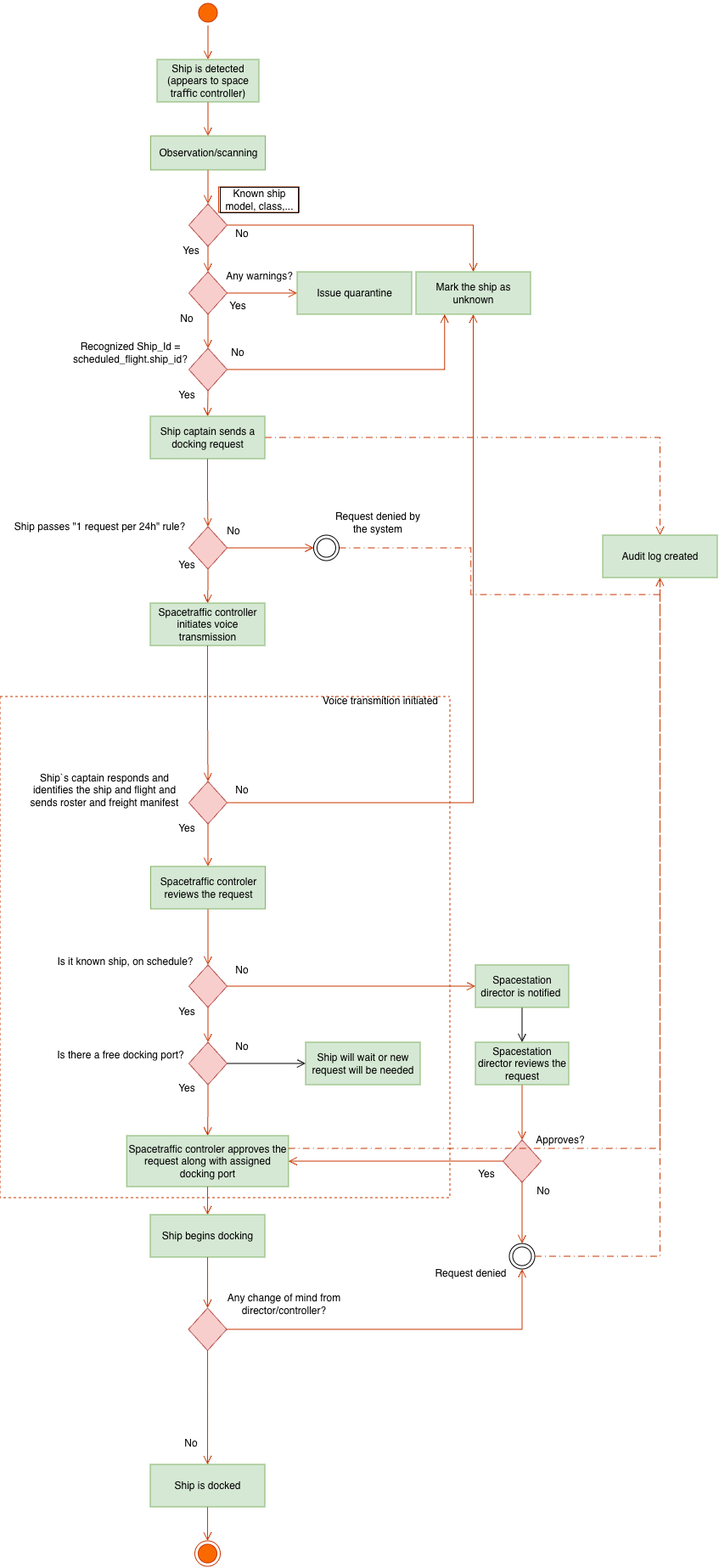
Earlier version of the draw.io export Spacedock BPMN.drawio.png (Casual159/SpaceDock-home-assignment). Source tidied: cells renumbered, new cells last; positions are measured from the earlier drawing's top-left corner, leaving out a move shared by most shapes.
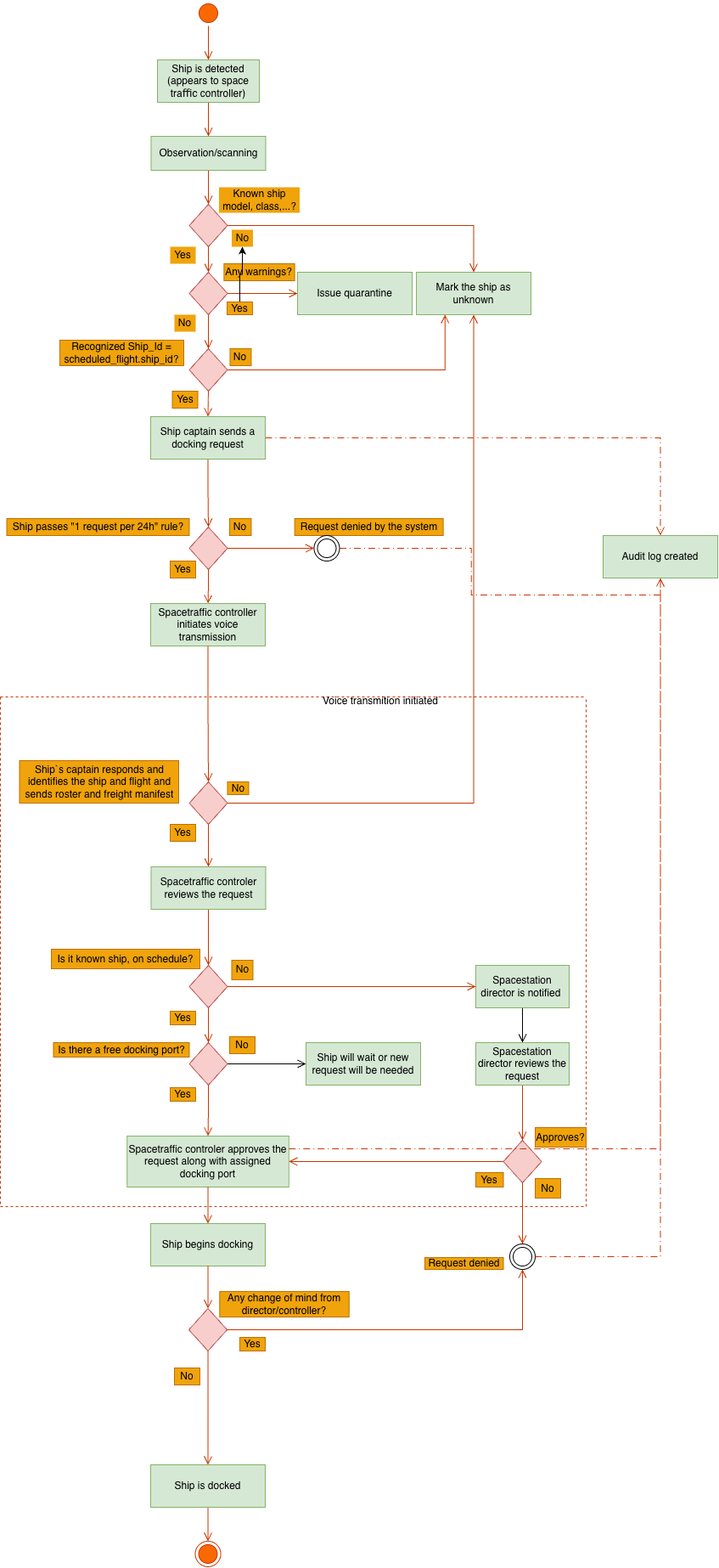
After the change.

The edit, as a diff of the source:
```diff
@@ -34,7 +34,7 @@
     </mxCell>
-    <mxCell id="12" value="Known ship model, class,..." style="text;html=1;whiteSpace=wrap;align=center;verticalAlign=middle;rounded=0;fontFamily=Helvetica;fontSize=12;labelBackgroundColor=none;fillColor=none;strokeColor=#C73500;fontColor=#000000;labelBorderColor=light-dark(#000000,#FF8000);" parent="1" vertex="1">
+    <mxCell id="12" value="Known ship model, class,...?" style="text;html=1;whiteSpace=wrap;align=center;verticalAlign=middle;rounded=0;fontFamily=Helvetica;fontSize=12;labelBackgroundColor=none;fillColor=#f0a30a;strokeColor=none;fontColor=#000000;labelBorderColor=none;" parent="1" vertex="1">
       <mxGeometry x="257.5" y="220" width="95" height="30" as="geometry" />
     </mxCell>
-    <mxCell id="13" value="Yes" style="text;html=1;whiteSpace=wrap;align=center;verticalAlign=middle;rounded=0;fontFamily=Helvetica;fontSize=12;labelBackgroundColor=none;" parent="1" vertex="1">
-      <mxGeometry x="205" y="280" width="40" height="30" as="geometry" />
+    <mxCell id="13" value="Yes" style="text;html=1;whiteSpace=wrap;align=center;verticalAlign=middle;rounded=0;fontFamily=Helvetica;fontSize=12;labelBackgroundColor=none;fillColor=#f0a30a;fontColor=#000000;strokeColor=none;" parent="1" vertex="1">
+      <mxGeometry x="200" y="290" width="30" height="20" as="geometry" />
     </mxCell>
@@ -52,7 +52,7 @@
     </mxCell>
-    <mxCell id="18" value="Any warnings?" style="text;html=1;whiteSpace=wrap;align=center;verticalAlign=middle;rounded=0;fontFamily=Helvetica;fontSize=12;labelBackgroundColor=none;" parent="1" vertex="1">
-      <mxGeometry x="258.3" y="310" width="95" height="30" as="geometry" />
+    <mxCell id="18" value="Any warnings?" style="text;html=1;whiteSpace=wrap;align=center;verticalAlign=middle;rounded=0;fontFamily=Helvetica;fontSize=12;labelBackgroundColor=none;fillColor=#f0a30a;fontColor=#000000;strokeColor=#BD7000;" parent="1" vertex="1">
+      <mxGeometry x="263.4" y="310" width="83.3" height="20" as="geometry" />
     </mxCell>
-    <mxCell id="19" value="No" style="text;html=1;whiteSpace=wrap;align=center;verticalAlign=middle;rounded=0;fontFamily=Helvetica;fontSize=12;labelBackgroundColor=none;" parent="1" vertex="1">
-      <mxGeometry x="265" y="260" width="40" height="30" as="geometry" />
+    <mxCell id="19" value="No" style="text;html=1;whiteSpace=wrap;align=center;verticalAlign=middle;rounded=0;fontFamily=Helvetica;fontSize=12;labelBackgroundColor=none;fillColor=#f0a30a;fontColor=#000000;strokeColor=none;" parent="1" vertex="1">
+      <mxGeometry x="272.5" y="270" width="25" height="20" as="geometry" />
     </mxCell>
@@ -61,10 +61,10 @@
     </mxCell>
-    <mxCell id="21" value="No" style="text;html=1;whiteSpace=wrap;align=center;verticalAlign=middle;rounded=0;fontFamily=Helvetica;fontSize=12;labelBackgroundColor=none;" parent="1" vertex="1">
-      <mxGeometry x="200" y="360" width="40" height="30" as="geometry" />
-    </mxCell>
+    <mxCell id="92" style="edgeStyle=orthogonalEdgeStyle;rounded=0;jettySize=auto;html=1;" parent="1" edge="1" source="22" target="19">
+      <mxGeometry relative="1" as="geometry" />
+    </mxCell>
-    <mxCell id="22" value="Yes" style="text;html=1;whiteSpace=wrap;align=center;verticalAlign=middle;rounded=0;fontFamily=Helvetica;fontSize=12;labelBackgroundColor=none;" parent="1" vertex="1">
-      <mxGeometry x="260" y="345" width="40" height="30" as="geometry" />
+    <mxCell id="22" value="Yes" style="text;html=1;whiteSpace=wrap;align=center;verticalAlign=middle;rounded=0;fontFamily=Helvetica;fontSize=12;labelBackgroundColor=none;fillColor=#f0a30a;fontColor=#000000;strokeColor=#BD7000;" parent="1" vertex="1">
+      <mxGeometry x="267" y="355" width="30" height="15" as="geometry" />
     </mxCell>
     <mxCell id="23" style="swimlane;startSize=0;fontFamily=Helvetica;fontSize=12;labelBackgroundColor=none;dashed=1;fillColor=#fa6800;fontColor=#000000;strokeColor=#C73500;" parent="1" vertex="1">
-      <mxGeometry y="820" width="530" height="590" as="geometry" />
+      <mxGeometry y="820" width="690" height="600" as="geometry" />
     </mxCell>
@@ -73,4 +73,4 @@
     </mxCell>
-    <mxCell id="25" value="Yes" style="text;html=1;whiteSpace=wrap;align=center;verticalAlign=middle;rounded=0;fontFamily=Helvetica;fontSize=12;labelBackgroundColor=none;" parent="23" vertex="1">
-      <mxGeometry x="200" y="140" width="40" height="30" as="geometry" />
+    <mxCell id="25" value="Yes" style="text;html=1;whiteSpace=wrap;align=center;verticalAlign=middle;rounded=0;fontFamily=Helvetica;fontSize=12;labelBackgroundColor=none;fillColor=#f0a30a;fontColor=#000000;strokeColor=#BD7000;" parent="23" vertex="1">
+      <mxGeometry x="200" y="150" width="30" height="20" as="geometry" />
     </mxCell>
@@ -82,7 +82,7 @@
     </mxCell>
-    <mxCell id="28" value="Ship`s captain responds and identifies the ship and flight and sends roster and freight manifest" style="text;html=1;whiteSpace=wrap;align=center;verticalAlign=middle;rounded=0;fontFamily=Helvetica;fontSize=12;labelBackgroundColor=none;" parent="23" vertex="1">
-      <mxGeometry x="22.5" y="80" width="200" height="60" as="geometry" />
+    <mxCell id="28" value="Ship`s captain responds and identifies the ship and flight and sends roster and freight manifest" style="text;html=1;whiteSpace=wrap;align=center;verticalAlign=middle;rounded=0;fontFamily=Helvetica;fontSize=12;labelBackgroundColor=none;fillColor=#f0a30a;fontColor=#000000;strokeColor=#BD7000;" parent="23" vertex="1">
+      <mxGeometry x="22.5" y="75" width="187.5" height="50" as="geometry" />
     </mxCell>
-    <mxCell id="29" value="No" style="text;html=1;whiteSpace=wrap;align=center;verticalAlign=middle;rounded=0;fontFamily=Helvetica;fontSize=12;labelBackgroundColor=none;" parent="23" vertex="1">
-      <mxGeometry x="265" y="95" width="40" height="30" as="geometry" />
+    <mxCell id="29" value="No" style="text;html=1;whiteSpace=wrap;align=center;verticalAlign=middle;rounded=0;fontFamily=Helvetica;fontSize=12;labelBackgroundColor=none;fillColor=#f0a30a;fontColor=#000000;strokeColor=#BD7000;" parent="23" vertex="1">
+      <mxGeometry x="267.5" y="100" width="25" height="15" as="geometry" />
     </mxCell>
@@ -100,10 +100,10 @@
     </mxCell>
-    <mxCell id="34" value="Yes" style="text;html=1;whiteSpace=wrap;align=center;verticalAlign=middle;rounded=0;fontFamily=Helvetica;fontSize=12;labelBackgroundColor=none;" parent="23" vertex="1">
-      <mxGeometry x="200" y="356" width="40" height="30" as="geometry" />
+    <mxCell id="34" value="Yes" style="text;html=1;whiteSpace=wrap;align=center;verticalAlign=middle;rounded=0;fontFamily=Helvetica;fontSize=12;labelBackgroundColor=none;fillColor=#f0a30a;fontColor=#000000;strokeColor=#BD7000;" parent="23" vertex="1">
+      <mxGeometry x="200" y="370" width="30" height="16" as="geometry" />
     </mxCell>
-    <mxCell id="35" value="No" style="text;html=1;whiteSpace=wrap;align=center;verticalAlign=middle;rounded=0;fontFamily=Helvetica;fontSize=12;labelBackgroundColor=none;" parent="23" vertex="1">
-      <mxGeometry x="265" y="307" width="40" height="30" as="geometry" />
+    <mxCell id="35" value="No" style="text;html=1;whiteSpace=wrap;align=center;verticalAlign=middle;rounded=0;fontFamily=Helvetica;fontSize=12;labelBackgroundColor=none;fillColor=#f0a30a;fontColor=#000000;strokeColor=#BD7000;" parent="23" vertex="1">
+      <mxGeometry x="272.5" y="310" width="25" height="23" as="geometry" />
     </mxCell>
-    <mxCell id="36" value="Is it known ship, on schedule?" style="text;html=1;whiteSpace=wrap;align=center;verticalAlign=middle;rounded=0;fontFamily=Helvetica;fontSize=12;labelBackgroundColor=none;" parent="23" vertex="1">
-      <mxGeometry x="60" y="297" width="175" height="30" as="geometry" />
+    <mxCell id="36" value="Is it known ship, on schedule?" style="text;html=1;whiteSpace=wrap;align=center;verticalAlign=middle;rounded=0;fontFamily=Helvetica;fontSize=12;labelBackgroundColor=none;fillColor=#f0a30a;fontColor=#000000;strokeColor=#BD7000;" parent="23" vertex="1">
+      <mxGeometry x="60" y="297" width="175" height="23" as="geometry" />
     </mxCell>
@@ -115,4 +115,4 @@
     </mxCell>
-    <mxCell id="39" value="Yes" style="text;html=1;whiteSpace=wrap;align=center;verticalAlign=middle;rounded=0;fontFamily=Helvetica;fontSize=12;labelBackgroundColor=none;" parent="23" vertex="1">
-      <mxGeometry x="200" y="446" width="40" height="30" as="geometry" />
+    <mxCell id="39" value="Yes" style="text;html=1;whiteSpace=wrap;align=center;verticalAlign=middle;rounded=0;fontFamily=Helvetica;fontSize=12;labelBackgroundColor=none;fillColor=#f0a30a;fontColor=#000000;strokeColor=#BD7000;" parent="23" vertex="1">
+      <mxGeometry x="200" y="460" width="30" height="16" as="geometry" />
     </mxCell>
@@ -121,4 +121,4 @@
     </mxCell>
-    <mxCell id="41" value="No" style="text;html=1;whiteSpace=wrap;align=center;verticalAlign=middle;rounded=0;fontFamily=Helvetica;fontSize=12;labelBackgroundColor=none;" parent="23" vertex="1">
-      <mxGeometry x="265" y="397" width="40" height="30" as="geometry" />
+    <mxCell id="41" value="No" style="text;html=1;whiteSpace=wrap;align=center;verticalAlign=middle;rounded=0;fontFamily=Helvetica;fontSize=12;labelBackgroundColor=none;fillColor=#f0a30a;fontColor=#000000;strokeColor=#BD7000;" parent="23" vertex="1">
+      <mxGeometry x="270" y="400" width="30" height="20" as="geometry" />
     </mxCell>
@@ -154,10 +154,10 @@
     </mxCell>
-    <mxCell id="52" value="Approves?" style="text;html=1;whiteSpace=wrap;align=center;verticalAlign=middle;rounded=0;fontFamily=Helvetica;fontSize=12;labelBackgroundColor=none;" parent="23" vertex="1">
-      <mxGeometry x="630" y="507" width="60" height="30" as="geometry" />
+    <mxCell id="52" value="Approves?" style="text;html=1;whiteSpace=wrap;align=center;verticalAlign=middle;rounded=0;fontFamily=Helvetica;fontSize=12;labelBackgroundColor=none;fillColor=#f0a30a;fontColor=#000000;strokeColor=#BD7000;" parent="23" vertex="1">
+      <mxGeometry x="630" y="507" width="60" height="23" as="geometry" />
     </mxCell>
-    <mxCell id="53" value="Yes" style="text;html=1;whiteSpace=wrap;align=center;verticalAlign=middle;rounded=0;fontFamily=Helvetica;fontSize=12;labelBackgroundColor=none;" parent="23" vertex="1">
-      <mxGeometry x="552.5" y="547" width="40" height="30" as="geometry" />
+    <mxCell id="53" value="Yes" style="text;html=1;whiteSpace=wrap;align=center;verticalAlign=middle;rounded=0;fontFamily=Helvetica;fontSize=12;labelBackgroundColor=none;fillColor=#f0a30a;fontColor=#000000;strokeColor=#BD7000;" parent="23" vertex="1">
+      <mxGeometry x="560" y="560" width="32.5" height="17" as="geometry" />
     </mxCell>
-    <mxCell id="54" value="No" style="text;html=1;whiteSpace=wrap;align=center;verticalAlign=middle;rounded=0;fontFamily=Helvetica;fontSize=12;labelBackgroundColor=none;" parent="23" vertex="1">
-      <mxGeometry x="620" y="567" width="40" height="30" as="geometry" />
+    <mxCell id="54" value="No" style="text;html=1;whiteSpace=wrap;align=center;verticalAlign=middle;rounded=0;fontFamily=Helvetica;fontSize=12;labelBackgroundColor=none;fillColor=#f0a30a;fontColor=#000000;strokeColor=#BD7000;" parent="23" vertex="1">
+      <mxGeometry x="630" y="567" width="30" height="23" as="geometry" />
     </mxCell>
@@ -166,4 +166,4 @@
     </mxCell>
-    <mxCell id="56" value="Request denied" style="text;html=1;whiteSpace=wrap;align=center;verticalAlign=middle;rounded=0;fontFamily=Helvetica;fontSize=12;labelBackgroundColor=none;" parent="23" vertex="1">
-      <mxGeometry x="507.5" y="664" width="92.5" height="30" as="geometry" />
+    <mxCell id="56" value="Request denied" style="text;html=1;whiteSpace=wrap;align=center;verticalAlign=middle;rounded=0;fontFamily=Helvetica;fontSize=12;labelBackgroundColor=none;fillColor=#f0a30a;fontColor=#000000;strokeColor=#BD7000;" parent="23" vertex="1">
+      <mxGeometry x="500" y="660" width="92.5" height="14" as="geometry" />
     </mxCell>
@@ -178,7 +178,4 @@
     </mxCell>
-    <mxCell id="60" value="No" style="text;html=1;whiteSpace=wrap;align=center;verticalAlign=middle;rounded=0;fontFamily=Helvetica;fontSize=12;labelBackgroundColor=none;" parent="23" vertex="1">
-      <mxGeometry x="204.5" y="864" width="40" height="30" as="geometry" />
-    </mxCell>
-    <mxCell id="61" value="Is there a free docking port?" style="text;html=1;whiteSpace=wrap;align=center;verticalAlign=middle;rounded=0;fontFamily=Helvetica;fontSize=12;labelBackgroundColor=none;" parent="23" vertex="1">
-      <mxGeometry x="62" y="407" width="160" height="30" as="geometry" />
+    <mxCell id="61" value="Is there a free docking port?" style="text;html=1;whiteSpace=wrap;align=center;verticalAlign=middle;rounded=0;fontFamily=Helvetica;fontSize=12;labelBackgroundColor=none;fillColor=#f0a30a;fontColor=#000000;strokeColor=#BD7000;" parent="23" vertex="1">
+      <mxGeometry x="62.5" y="407" width="160" height="17" as="geometry" />
     </mxCell>
@@ -202,4 +199,4 @@
     </mxCell>
-    <mxCell id="68" value="Recognized Ship_Id = scheduled_flight.ship_id?" style="text;html=1;whiteSpace=wrap;align=center;verticalAlign=middle;rounded=0;fontFamily=Helvetica;fontSize=12;labelBackgroundColor=none;" parent="1" vertex="1">
-      <mxGeometry x="34" y="400" width="238.5" height="30" as="geometry" />
+    <mxCell id="68" value="Recognized Ship_Id = scheduled_flight.ship_id?" style="text;html=1;whiteSpace=wrap;align=center;verticalAlign=middle;rounded=0;fontFamily=Helvetica;fontSize=12;labelBackgroundColor=none;fillColor=#f0a30a;fontColor=#000000;strokeColor=#BD7000;" parent="1" vertex="1">
+      <mxGeometry x="70" y="400" width="146" height="30" as="geometry" />
     </mxCell>
@@ -214,16 +211,16 @@
     </mxCell>
-    <mxCell id="72" value="Yes" style="text;html=1;whiteSpace=wrap;align=center;verticalAlign=middle;rounded=0;fontFamily=Helvetica;fontSize=12;labelBackgroundColor=none;" parent="1" vertex="1">
-      <mxGeometry x="200" y="650" width="40" height="30" as="geometry" />
+    <mxCell id="72" value="Yes" style="text;html=1;whiteSpace=wrap;align=center;verticalAlign=middle;rounded=0;fontFamily=Helvetica;fontSize=12;labelBackgroundColor=none;fillColor=#f0a30a;fontColor=#000000;strokeColor=#BD7000;" parent="1" vertex="1">
+      <mxGeometry x="200" y="660" width="30" height="20" as="geometry" />
     </mxCell>
-    <mxCell id="73" value="No" style="text;html=1;whiteSpace=wrap;align=center;verticalAlign=middle;rounded=0;fontFamily=Helvetica;fontSize=12;labelBackgroundColor=none;" parent="1" vertex="1">
-      <mxGeometry x="255.5" y="610" width="40" height="30" as="geometry" />
+    <mxCell id="73" value="No" style="text;html=1;whiteSpace=wrap;align=center;verticalAlign=middle;rounded=0;fontFamily=Helvetica;fontSize=12;labelBackgroundColor=none;fillColor=#f0a30a;fontColor=#000000;strokeColor=#BD7000;" parent="1" vertex="1">
+      <mxGeometry x="270" y="610" width="25.5" height="20" as="geometry" />
     </mxCell>
-    <mxCell id="74" value="Ship passes &quot;1 request per 24h&quot; rule?" style="text;html=1;whiteSpace=wrap;align=center;verticalAlign=middle;rounded=0;fontFamily=Helvetica;fontSize=12;labelBackgroundColor=none;" parent="1" vertex="1">
-      <mxGeometry x="10" y="590" width="215" height="60" as="geometry" />
+    <mxCell id="74" value="Ship passes &quot;1 request per 24h&quot; rule?" style="text;html=1;whiteSpace=wrap;align=center;verticalAlign=middle;rounded=0;fontFamily=Helvetica;fontSize=12;labelBackgroundColor=none;fillColor=#f0a30a;fontColor=#000000;strokeColor=#BD7000;" parent="1" vertex="1">
+      <mxGeometry x="7.5" y="610" width="215" height="20" as="geometry" />
     </mxCell>
-    <mxCell id="75" value="Yes" style="text;html=1;whiteSpace=wrap;align=center;verticalAlign=middle;rounded=0;fontFamily=Helvetica;fontSize=12;labelBackgroundColor=none;" parent="1" vertex="1">
-      <mxGeometry x="200" y="450" width="40" height="30" as="geometry" />
+    <mxCell id="75" value="Yes" style="text;html=1;whiteSpace=wrap;align=center;verticalAlign=middle;rounded=0;fontFamily=Helvetica;fontSize=12;labelBackgroundColor=none;fillColor=#f0a30a;fontColor=#000000;strokeColor=#BD7000;" parent="1" vertex="1">
+      <mxGeometry x="202.5" y="460" width="30" height="20" as="geometry" />
     </mxCell>
-    <mxCell id="76" value="No" style="text;html=1;whiteSpace=wrap;align=center;verticalAlign=middle;rounded=0;fontFamily=Helvetica;fontSize=12;labelBackgroundColor=none;" parent="1" vertex="1">
-      <mxGeometry x="260" y="400" width="40" height="30" as="geometry" />
+    <mxCell id="76" value="No" style="text;html=1;whiteSpace=wrap;align=center;verticalAlign=middle;rounded=0;fontFamily=Helvetica;fontSize=12;labelBackgroundColor=none;fillColor=#f0a30a;fontColor=#000000;strokeColor=#BD7000;" parent="1" vertex="1">
+      <mxGeometry x="270.5" y="410" width="25" height="20" as="geometry" />
     </mxCell>
@@ -232,4 +229,4 @@
     </mxCell>
-    <mxCell id="78" value="Request denied by the system" style="text;html=1;whiteSpace=wrap;align=center;verticalAlign=middle;rounded=0;fontFamily=Helvetica;fontSize=12;labelBackgroundColor=none;" parent="1" vertex="1">
-      <mxGeometry x="385.5" y="600" width="120" height="30" as="geometry" />
+    <mxCell id="78" value="Request denied by the system" style="text;html=1;whiteSpace=wrap;align=center;verticalAlign=middle;rounded=0;fontFamily=Helvetica;fontSize=12;labelBackgroundColor=none;fillColor=#f0a30a;fontColor=#000000;strokeColor=#BD7000;" parent="1" vertex="1">
+      <mxGeometry x="346.6" y="610" width="175" height="20" as="geometry" />
     </mxCell>
@@ -248,3 +245,3 @@
     <mxCell id="83" value="Ship begins docking" style="rounded=0;whiteSpace=wrap;html=1;fontFamily=Helvetica;fontSize=12;labelBackgroundColor=none;fillColor=#d5e8d4;strokeColor=#82b366;" parent="1" vertex="1">
-      <mxGeometry x="177" y="1430" width="135" height="50" as="geometry" />
+      <mxGeometry x="177" y="1440" width="135" height="50" as="geometry" />
     </mxCell>
@@ -259,3 +256,3 @@
     </mxCell>
-    <mxCell id="87" value="Any change of mind from director/controller?" style="text;html=1;whiteSpace=wrap;align=center;verticalAlign=middle;rounded=0;fontFamily=Helvetica;fontSize=12;labelBackgroundColor=none;" parent="1" vertex="1">
+    <mxCell id="87" value="Any change of mind from director/controller?" style="text;html=1;whiteSpace=wrap;align=center;verticalAlign=middle;rounded=0;fontFamily=Helvetica;fontSize=12;labelBackgroundColor=none;fillColor=#f0a30a;fontColor=#000000;strokeColor=#BD7000;" parent="1" vertex="1">
       <mxGeometry x="258.3" y="1520" width="152.5" height="30" as="geometry" />
@@ -274,2 +271,11 @@
     </mxCell>
+    <mxCell id="93" value="No" style="text;html=1;whiteSpace=wrap;align=center;verticalAlign=middle;rounded=0;fontFamily=Helvetica;fontSize=12;labelBackgroundColor=none;fillColor=#f0a30a;fontColor=#000000;strokeColor=none;" parent="1" vertex="1">
+      <mxGeometry x="205" y="370" width="25" height="20" as="geometry" />
+    </mxCell>
+    <mxCell id="94" value="Yes" style="text;html=1;whiteSpace=wrap;align=center;verticalAlign=middle;rounded=0;fontFamily=Helvetica;fontSize=12;labelBackgroundColor=none;fillColor=#f0a30a;fontColor=#000000;strokeColor=#BD7000;" parent="1" vertex="1">
+      <mxGeometry x="282" y="1574" width="30" height="16" as="geometry" />
+    </mxCell>
+    <mxCell id="95" value="No" style="text;html=1;whiteSpace=wrap;align=center;verticalAlign=middle;rounded=0;fontFamily=Helvetica;fontSize=12;labelBackgroundColor=none;fillColor=#f0a30a;fontColor=#000000;strokeColor=#BD7000;" parent="1" vertex="1">
+      <mxGeometry x="205" y="1610" width="30" height="20" as="geometry" />
+    </mxCell>
   </root>
```
